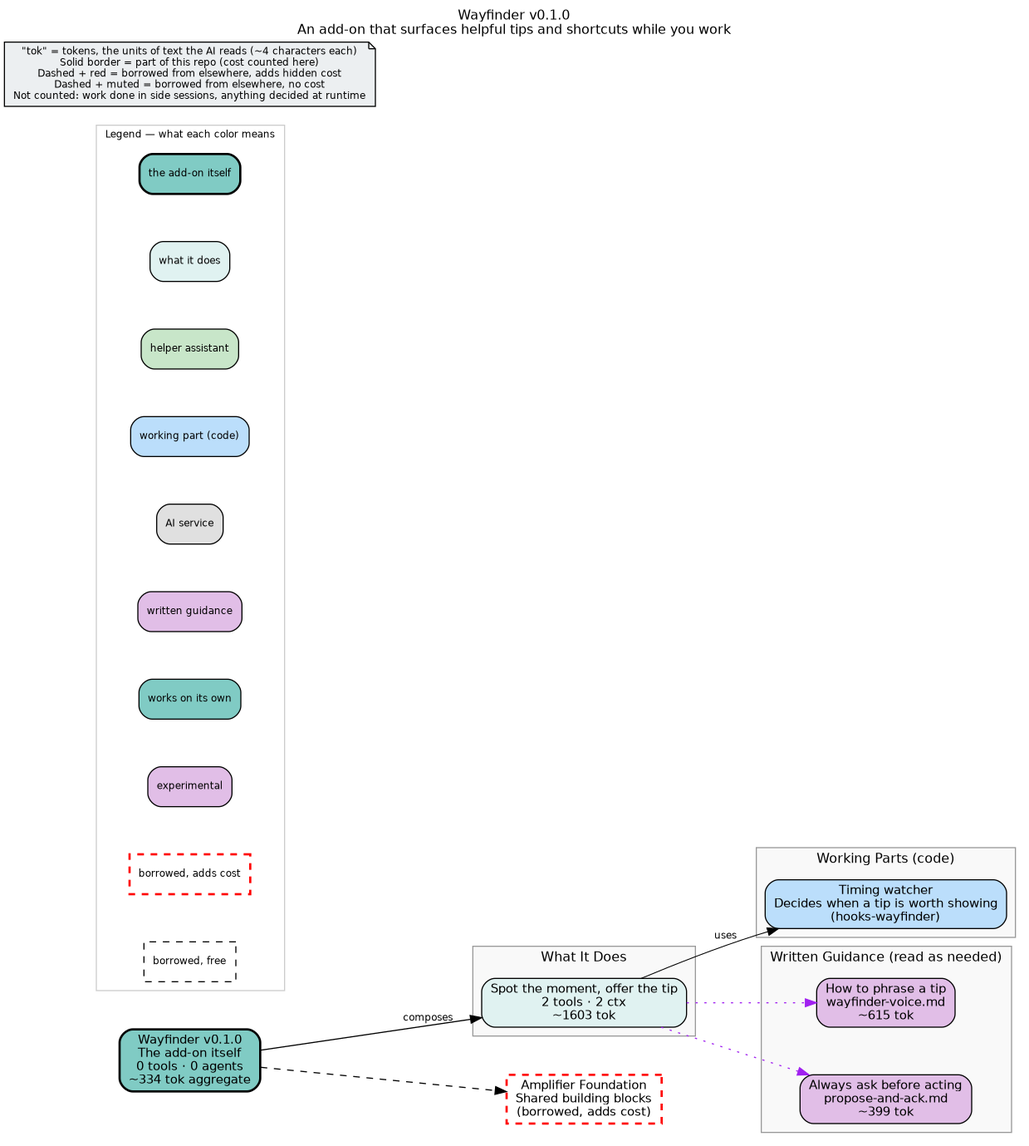
microsoft/amplifier-bundle-wayfinder keeps this Graphviz diagram as bundle.png. Above is the earlier version. Its source is kept beside it as bundle.dot.
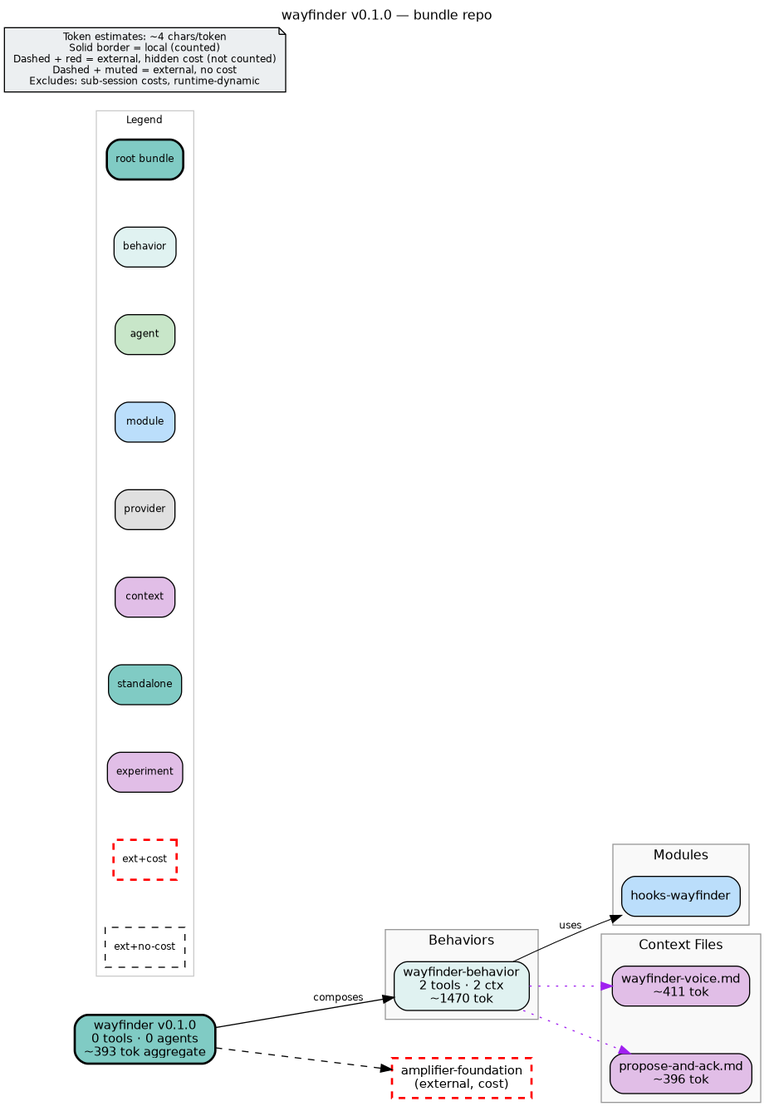
After the change.

Diff of the diagram source:
```diff
@@ -2,69 +2,69 @@
     rankdir=LR
     fontname="Helvetica"
     fontsize=12
-    label="Wayfinder v0.1.0\nAn add-on that surfaces helpful tips and shortcuts while you work"
+    label="wayfinder v0.1.0 — bundle repo"
     labelloc=t
     labeljust=c
     nodesep=0.6
     ranksep=0.7
     bgcolor="white"
-    source_hash="67113c69d837dc6c6e8e61ea4911631b4cb0100696ac3a0332414c0d6e0aad34"
+    source_hash="455afc277ddf3cff6eb28e9cb196c69e710b9c306d6bec806b6938d600644da3"
 
     node [fontname="Helvetica", fontsize=11, style="filled,rounded"]
     edge [fontname="Helvetica", fontsize=9]
 
-    root_wayfinder [label="Wayfinder v0.1.0\nThe add-on itself\n0 tools · 0 agents\n~334 tok aggregate", shape=box, fillcolor="#80cbc4", style="filled,rounded,bold", penwidth=2]
+    root_wayfinder [label="wayfinder v0.1.0\n0 tools · 0 agents\n~393 tok aggregate", shape=box, fillcolor="#80cbc4", style="filled,rounded,bold", penwidth=2]
 
     subgraph cluster_behaviors {
-        label="What It Does"
+        label="Behaviors"
         style="filled"
         fillcolor="#f9f9f9"
         color="#999999"
 
-        beh_wayfinder_behavior [label="Spot the moment, offer the tip\n2 tools · 2 ctx\n~1603 tok", shape=box, fillcolor="#e0f2f1", style="filled,rounded"]
+        beh_wayfinder_behavior [label="wayfinder-behavior\n2 tools · 2 ctx\n~1470 tok", shape=box, fillcolor="#e0f2f1", style="filled,rounded"]
     }
 
     subgraph cluster_modules {
-        label="Working Parts (code)"
+        label="Modules"
         style="filled"
         fillcolor="#f9f9f9"
         color="#999999"
 
-        mod_hooks_wayfinder [label="Timing watcher\nDecides when a tip is worth showing\n(hooks-wayfinder)", shape=box, fillcolor="#bbdefb", style="filled,rounded"]
+        mod_hooks_wayfinder [label="hooks-wayfinder", shape=box, fillcolor="#bbdefb", style="filled,rounded"]
     }
 
     subgraph cluster_context {
-        label="Written Guidance (read as needed)"
+        label="Context Files"
         style="filled"
         fillcolor="#f9f9f9"
         color="#999999"
 
-        ctx_wayfinder_voice_md [label="How to phrase a tip\nwayfinder-voice.md\n~615 tok", shape=box, fillcolor="#e1bee7", style="filled,rounded"]
-        ctx_propose_and_ack_md [label="Always ask before acting\npropose-and-ack.md\n~399 tok", shape=box, fillcolor="#e1bee7", style="filled,rounded"]
+        ctx_wayfinder_voice_md [label="wayfinder-voice.md\n~411 tok", shape=box, fillcolor="#e1bee7", style="filled,rounded"]
+        ctx_propose_and_ack_md [label="propose-and-ack.md\n~396 tok", shape=box, fillcolor="#e1bee7", style="filled,rounded"]
     }
 
     subgraph cluster_legend {
-        label="Legend — what each color means"
+        label="Legend"
         style="filled"
         fillcolor="white"
         color="#cccccc"
         fontsize=9
 
-        leg_root [label="the add-on itself", shape=box, fillcolor="#80cbc4", style="filled,rounded,bold", fontsize=9]
-        leg_behavior [label="what it does", shape=box, fillcolor="#e0f2f1", style="filled,rounded", fontsize=9]
-        leg_agent [label="helper assistant", shape=box, fillcolor="#c8e6c9", style="filled,rounded", fontsize=9]
-        leg_module [label="working part (code)", shape=box, fillcolor="#bbdefb", style="filled,rounded", fontsize=9]
-        leg_provider [label="AI service", shape=box, fillcolor="#e0e0e0", style="filled,rounded", fontsize=9]
-        leg_context [label="written guidance", shape=box, fillcolor="#e1bee7", style="filled,rounded", fontsize=9]
-        leg_standalone [label="works on its own", shape=box, fillcolor="#80cbc4", style="filled,rounded", fontsize=9]
-        leg_experiment [label="experimental", shape=box, fillcolor="#e1bee7", style="filled,rounded", fontsize=9]
-        leg_ext_cost [label="borrowed, adds cost", shape=box, fillcolor="#80cbc4", style="dashed", color="red", penwidth=2, fontsize=9]
-        leg_ext_muted [label="borrowed, free", shape=box, fillcolor="#f5f5f5", style="dashed", fontsize=9]
+        leg_root [label="root bundle", shape=box, fillcolor="#80cbc4", style="filled,rounded,bold", fontsize=9]
+        leg_behavior [label="behavior", shape=box, fillcolor="#e0f2f1", style="filled,rounded", fontsize=9]
+        leg_agent [label="agent", shape=box, fillcolor="#c8e6c9", style="filled,rounded", fontsize=9]
+        leg_module [label="module", shape=box, fillcolor="#bbdefb", style="filled,rounded", fontsize=9]
+        leg_provider [label="provider", shape=box, fillcolor="#e0e0e0", style="filled,rounded", fontsize=9]
+        leg_context [label="context", shape=box, fillcolor="#e1bee7", style="filled,rounded", fontsize=9]
+        leg_standalone [label="standalone", shape=box, fillcolor="#80cbc4", style="filled,rounded", fontsize=9]
+        leg_experiment [label="experiment", shape=box, fillcolor="#e1bee7", style="filled,rounded", fontsize=9]
+        leg_ext_cost [label="ext+cost", shape=box, fillcolor="#80cbc4", style="dashed", color="red", penwidth=2, fontsize=9]
+        leg_ext_muted [label="ext+no-cost", shape=box, fillcolor="#f5f5f5", style="dashed", fontsize=9]
     }
 
-    disclaimer [label="\"tok\" = tokens, the units of text the AI reads (~4 characters each)\nSolid border = part of this repo (cost counted here)\nDashed + red = borrowed from elsewhere, adds hidden cost\nDashed + muted = borrowed from elsewhere, no cost\nNot counted: work done in side sessions, anything decided at runtime", shape=note, fillcolor="#eceff1", style="filled", fontsize=9]
+    disclaimer [label="Token estimates: ~4 chars/token\nSolid border = local (counted)\nDashed + red = external, hidden cost (not counted)\nDashed + muted = external, no cost\nExcludes: sub-session costs, runtime-dynamic", shape=note, fillcolor="#eceff1", style="filled", fontsize=9]
 
-    ext_githttps___github_com_microsoft_amplifier_foundation_main [label="Amplifier Foundation\nShared building blocks\n(borrowed, adds cost)", shape=box, fillcolor="#80cbc4", style="dashed", color="red", penwidth=2]
+    ext_githttps___github_com_microsoft_amplifier_foundation_main [label="amplifier-foundation\n(external, cost)", shape=box, fillcolor="#80cbc4", style="dashed", color="red", penwidth=2]
 
     root_wayfinder -> ext_githttps___github_com_microsoft_amplifier_foundation_main [style=dashed]
     root_wayfinder -> beh_wayfinder_behavior [label="composes"]
```
